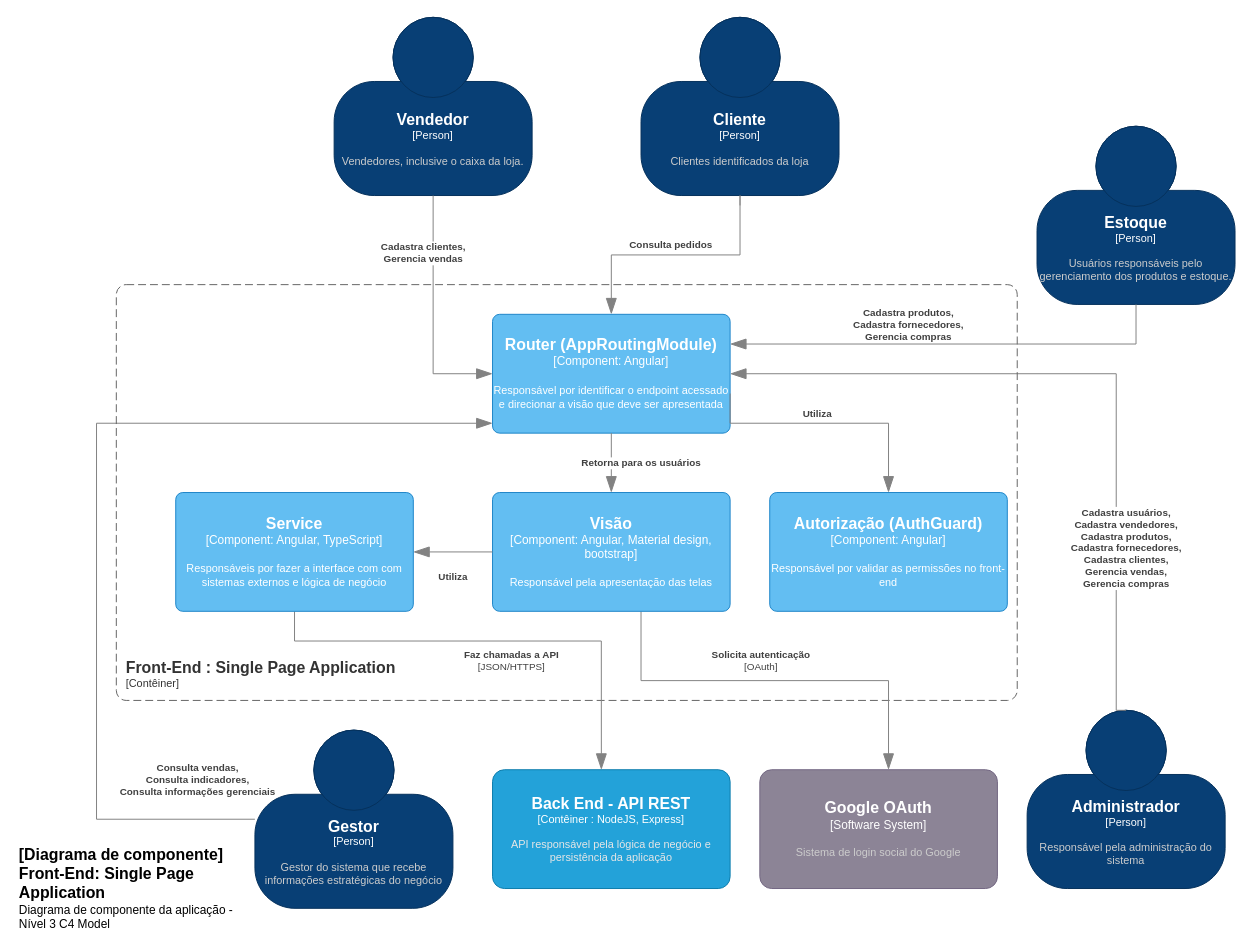
adjamirgalvao/pucminas keeps this draw.io diagram as page "Nível 3 - Componente Front-End - Single Page Application" (3 of 4) of projeto/documentacao/C4Model.drawio. Above is the earlier version. Source tidied: cells renumbered, new cells numbered last; positions are measured from the earlier drawing's top-left corner, leaving out a move shared by most shapes. Both pictures are drawn from the tidied source at 99%, with x=0, y=0 at pixel (17, 17).
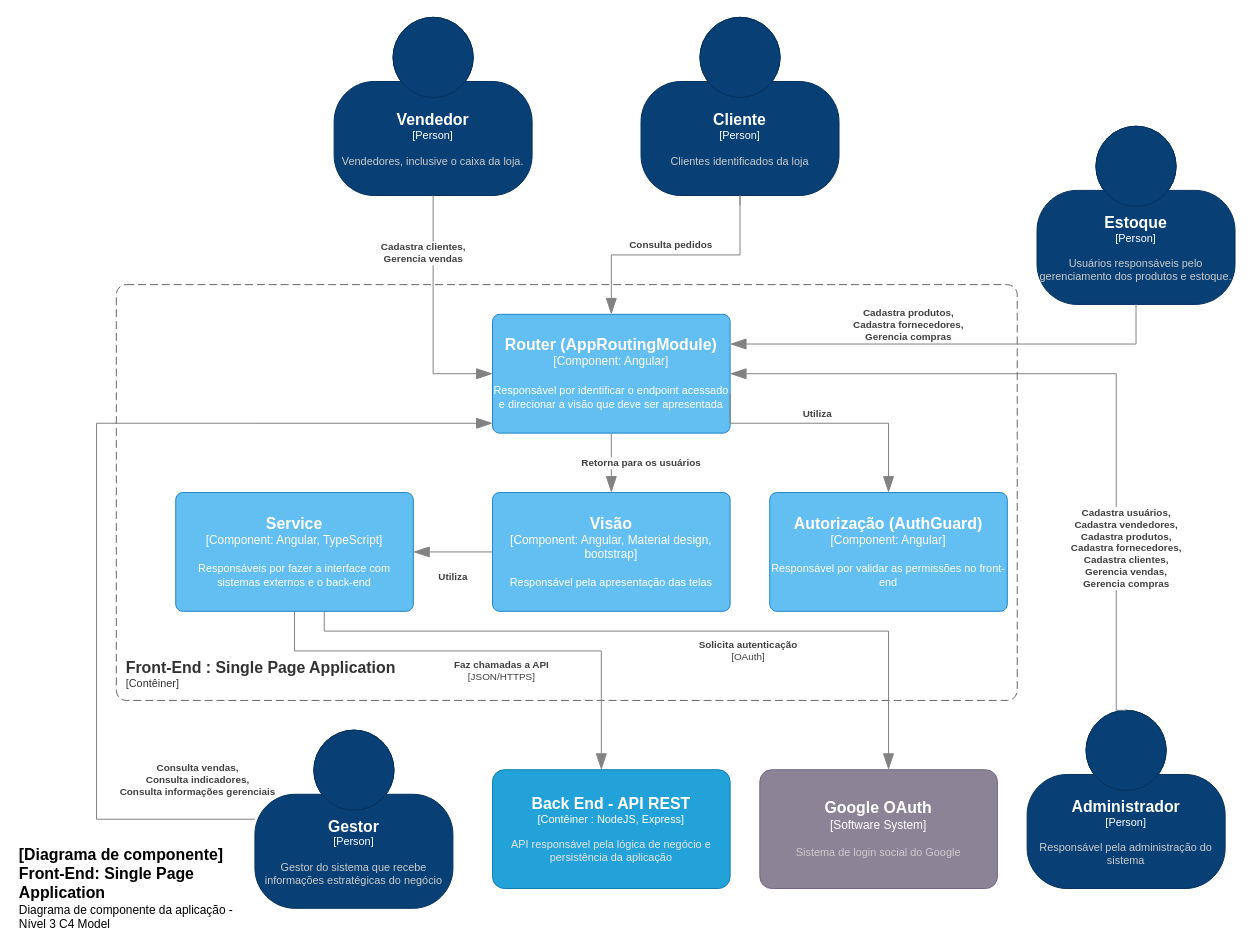
The same page after the edit.

Commit message (it also covers changes not shown here):
corrigindo c4 model

The change refers to these unchanged cells:
```xml
<object id="12" label="&lt;font style=&quot;font-size: 16px&quot;&gt;&lt;b&gt;%c4Name%&lt;/b&gt;&lt;/font&gt;&lt;div&gt;[%c4Type%]&lt;/div&gt;&lt;br&gt;&lt;div&gt;&lt;font style=&quot;font-size: 11px&quot;&gt;&lt;font color=&quot;#cccccc&quot;&gt;%c4Description%&lt;/font&gt;&lt;/div&gt;" c4Description="Sistema de login social do Google" c4Name="Google OAuth" c4Type="Software System" placeholders="1">
  <mxCell style="rounded=1;whiteSpace=wrap;html=1;labelBackgroundColor=none;fillColor=#8C8496;fontColor=#ffffff;align=center;arcSize=10;strokeColor=#736782;points=[[0.25,0,0],[0.5,0,0],[0.75,0,0],[1,0.25,0],[1,0.5,0],[1,0.75,0],[0.75,1,0],[0.5,1,0],[0.25,1,0],[0,0.75,0],[0,0.5,0],[0,0.25,0]];fontSize=12;" parent="1" vertex="1">
    <mxGeometry x="750" y="760" width="240" height="120" as="geometry" />
  </mxCell>
</object>
<object id="14" label="&lt;font style=&quot;font-size: 16px&quot;&gt;&lt;b&gt;%c4Name%&lt;/b&gt;&lt;/font&gt;&lt;div&gt;[%c4Type%: %c4Technology%]&lt;/div&gt;&lt;br&gt;&lt;div&gt;&lt;font style=&quot;font-size: 11px&quot;&gt;&lt;font color=&quot;#E6E6E6&quot;&gt;%c4Description%&lt;/font&gt;&lt;/div&gt;" c4Description="API responsável pela lógica de negócio e persistência da aplicação" c4Name="Back End - API REST" c4Technology="NodeJS, Express" c4Type="Contêiner " placeholders="1">
  <mxCell style="rounded=1;whiteSpace=wrap;html=1;fontSize=11;labelBackgroundColor=none;fillColor=#23A2D9;fontColor=#ffffff;align=center;arcSize=10;strokeColor=#0E7DAD;points=[[0.25,0,0],[0.5,0,0],[0.75,0,0],[1,0.25,0],[1,0.5,0],[1,0.75,0],[0.75,1,0],[0.5,1,0],[0.25,1,0],[0,0.75,0],[0,0.5,0],[0,0.25,0]];" parent="1" vertex="1">
    <mxGeometry x="480" y="760" width="240" height="120" as="geometry" />
  </mxCell>
</object>
```

Diff of the diagram source:
```diff
@@
     <object id="16" label="&lt;div style=&quot;text-align: left&quot;&gt;&lt;div style=&quot;text-align: center&quot;&gt;&lt;b&gt;%c4Description%&lt;/b&gt;&lt;/div&gt;&lt;div style=&quot;text-align: center&quot;&gt;[%c4Technology%]&lt;/div&gt;&lt;/div&gt;" c4Description="Faz chamadas a API" c4Technology="JSON/HTTPS" placeholders="1">
       <mxCell style="endArrow=blockThin;html=1;fontSize=10;fontColor=#404040;strokeWidth=1;endFill=1;strokeColor=#828282;elbow=vertical;endSize=14;startSize=14;jumpStyle=arc;jumpSize=16;rounded=0;edgeStyle=orthogonalEdgeStyle;entryX=0.458;entryY=0;entryDx=0;entryDy=0;entryPerimeter=0;exitX=0.5;exitY=1;exitDx=0;exitDy=0;exitPerimeter=0;" parent="1" edge="1" source="22" target="14">
         <mxGeometry x="0.06" y="-20" relative="1" as="geometry">
           <Array as="points">
-            <mxPoint x="280" y="630" />
-            <mxPoint x="590" y="630" />
+            <mxPoint x="280" y="640" />
+            <mxPoint x="590" y="640" />
           </Array>
         </mxGeometry>
       </mxCell>
     </object>
     <object id="17" label="&lt;div style=&quot;text-align: left&quot;&gt;&lt;div style=&quot;text-align: center&quot;&gt;&lt;b&gt;%c4Description%&lt;/b&gt;&lt;/div&gt;&lt;div style=&quot;text-align: center&quot;&gt;[%c4Technology%]&lt;/div&gt;&lt;/div&gt;" c4Description="Solicita autenticação" c4Technology="OAuth" placeholders="1">
-      <mxCell style="endArrow=blockThin;html=1;fontSize=10;fontColor=#404040;strokeWidth=1;endFill=1;strokeColor=#828282;elbow=vertical;endSize=14;startSize=14;jumpStyle=arc;jumpSize=16;rounded=0;edgeStyle=orthogonalEdgeStyle;" parent="1" edge="1" target="12">
-        <mxGeometry x="-0.07" y="20" relative="1" as="geometry">
-          <mxPoint x="630" y="600" as="sourcePoint" />
+      <mxCell style="endArrow=blockThin;html=1;fontSize=10;fontColor=#404040;strokeWidth=1;endFill=1;strokeColor=#828282;elbow=vertical;endSize=14;startSize=14;jumpStyle=arc;jumpSize=16;rounded=0;edgeStyle=orthogonalEdgeStyle;exitX=0.638;exitY=1;exitDx=0;exitDy=0;exitPerimeter=0;" parent="1" edge="1" source="22" target="12">
+        <mxGeometry x="0.23" y="-20" relative="1" as="geometry">
           <Array as="points">
-            <mxPoint x="630" y="670" />
-            <mxPoint x="880" y="670" />
+            <mxPoint x="310" y="600" />
+            <mxPoint x="310" y="620" />
+            <mxPoint x="880" y="620" />
           </Array>
         </mxGeometry>
       </mxCell>
     </object>
@@
-    <object id="22" label="&lt;font style=&quot;font-size: 16px&quot;&gt;&lt;b&gt;%c4Name%&lt;/b&gt;&lt;/font&gt;&lt;div&gt;[%c4Type%: %c4Technology%]&lt;/div&gt;&lt;br&gt;&lt;div&gt;&lt;font style=&quot;font-size: 11px&quot;&gt;%c4Description%&lt;/font&gt;&lt;/div&gt;" c4Description="Responsáveis por fazer a interface com com sistemas externos e lógica de negócio" c4Name="Service" c4Technology="Angular, TypeScript" c4Type="Component" placeholders="1">
+    <object id="22" label="&lt;font style=&quot;font-size: 16px&quot;&gt;&lt;b&gt;%c4Name%&lt;/b&gt;&lt;/font&gt;&lt;div&gt;[%c4Type%: %c4Technology%]&lt;/div&gt;&lt;br&gt;&lt;div&gt;&lt;font style=&quot;font-size: 11px&quot;&gt;%c4Description%&lt;/font&gt;&lt;/div&gt;" c4Description="Responsáveis por fazer a interface com sistemas externos e o back-end" c4Name="Service" c4Technology="Angular, TypeScript" c4Type="Component" placeholders="1">
       <mxCell style="rounded=1;whiteSpace=wrap;html=1;labelBackgroundColor=none;fillColor=#63BEF2;fontColor=#ffffff;align=center;arcSize=6;strokeColor=#2086C9;points=[[0.25,0,0],[0.5,0,0],[0.75,0,0],[1,0.25,0],[1,0.5,0],[1,0.75,0],[0.75,1,0],[0.5,1,0],[0.25,1,0],[0,0.75,0],[0,0.5,0],[0,0.25,0]];" parent="1" vertex="1">
         <mxGeometry x="160" y="480" width="240" height="120" as="geometry" />
       </mxCell>
     </object>
```
